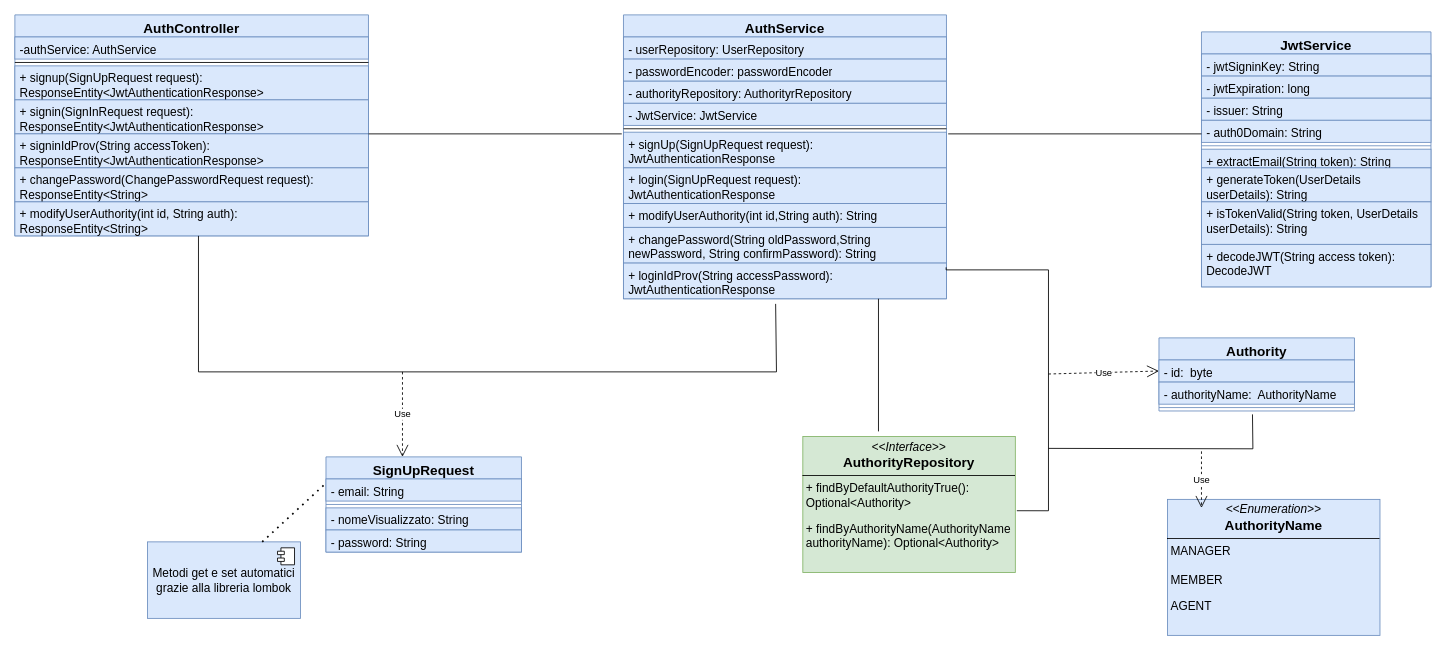
Sperob98/Documentazione-DietiEstates25 keeps this draw.io diagram as diagrammi/Diagramma delle classi -AuthController.drawio. Above is the earlier version. Source tidied: cells renumbered, new cells numbered last; positions are measured from the earlier drawing's top-left corner, leaving out a move shared by most shapes. Both pictures are drawn from the tidied source at 85%, with x=0, y=0 at pixel (14, 14).
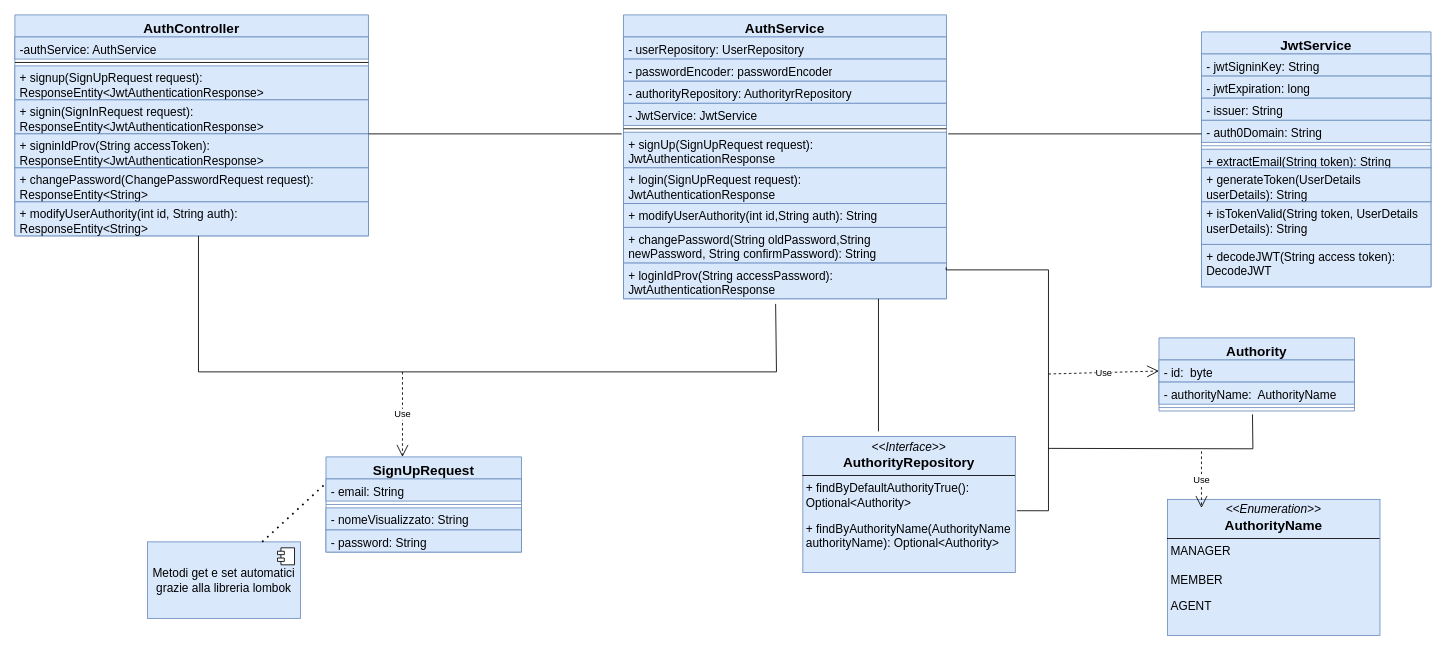
Above is the later version.

The edit, as a diff of the source:
```diff
@@
-    <mxCell id="42" value="&lt;p style=&quot;margin:0px;margin-top:4px;text-align:center;&quot;&gt;&lt;font style=&quot;font-size: 14px;&quot;&gt;&lt;i style=&quot;&quot;&gt;&amp;lt;&amp;lt;Interface&amp;gt;&amp;gt;&lt;/i&gt;&lt;br&gt;&lt;/font&gt;&lt;b&gt;&lt;font style=&quot;font-size: 16px;&quot;&gt;AuthorityRepository&lt;/font&gt;&lt;/b&gt;&lt;/p&gt;&lt;hr size=&quot;1&quot; style=&quot;border-style:solid;&quot;&gt;&lt;p style=&quot;margin:0px;margin-left:4px;&quot;&gt;&lt;/p&gt;&lt;p style=&quot;margin:0px;margin-left:4px;&quot;&gt;&lt;font style=&quot;font-size: 14px;&quot;&gt;+ findByDefaultAuthorityTrue(): Optional&amp;lt;Authority&amp;gt;&lt;/font&gt;&lt;/p&gt;&lt;p style=&quot;margin:0px;margin-left:4px;&quot;&gt;&lt;br&gt;&lt;font style=&quot;font-size: 14px;&quot;&gt;+ findByAuthorityName(AuthorityName authorityName): Optional&amp;lt;Authority&amp;gt;&lt;/font&gt;&lt;/p&gt;" style="verticalAlign=top;align=left;overflow=fill;html=1;whiteSpace=wrap;fillColor=#d5e8d4;strokeColor=#82b366;" parent="1" vertex="1">
+    <mxCell id="42" value="&lt;p style=&quot;margin:0px;margin-top:4px;text-align:center;&quot;&gt;&lt;font style=&quot;font-size: 14px;&quot;&gt;&lt;i style=&quot;&quot;&gt;&amp;lt;&amp;lt;Interface&amp;gt;&amp;gt;&lt;/i&gt;&lt;br&gt;&lt;/font&gt;&lt;b&gt;&lt;font style=&quot;font-size: 16px;&quot;&gt;AuthorityRepository&lt;/font&gt;&lt;/b&gt;&lt;/p&gt;&lt;hr size=&quot;1&quot; style=&quot;border-style:solid;&quot;&gt;&lt;p style=&quot;margin:0px;margin-left:4px;&quot;&gt;&lt;/p&gt;&lt;p style=&quot;margin:0px;margin-left:4px;&quot;&gt;&lt;font style=&quot;font-size: 14px;&quot;&gt;+ findByDefaultAuthorityTrue(): Optional&amp;lt;Authority&amp;gt;&lt;/font&gt;&lt;/p&gt;&lt;p style=&quot;margin:0px;margin-left:4px;&quot;&gt;&lt;br&gt;&lt;font style=&quot;font-size: 14px;&quot;&gt;+ findByAuthorityName(AuthorityName authorityName): Optional&amp;lt;Authority&amp;gt;&lt;/font&gt;&lt;/p&gt;" style="verticalAlign=top;align=left;overflow=fill;html=1;whiteSpace=wrap;fillColor=#dae8fc;strokeColor=#6c8ebf;" parent="1" vertex="1">
       <mxGeometry x="927" y="496" width="250" height="160" as="geometry" />
     </mxCell>
```
